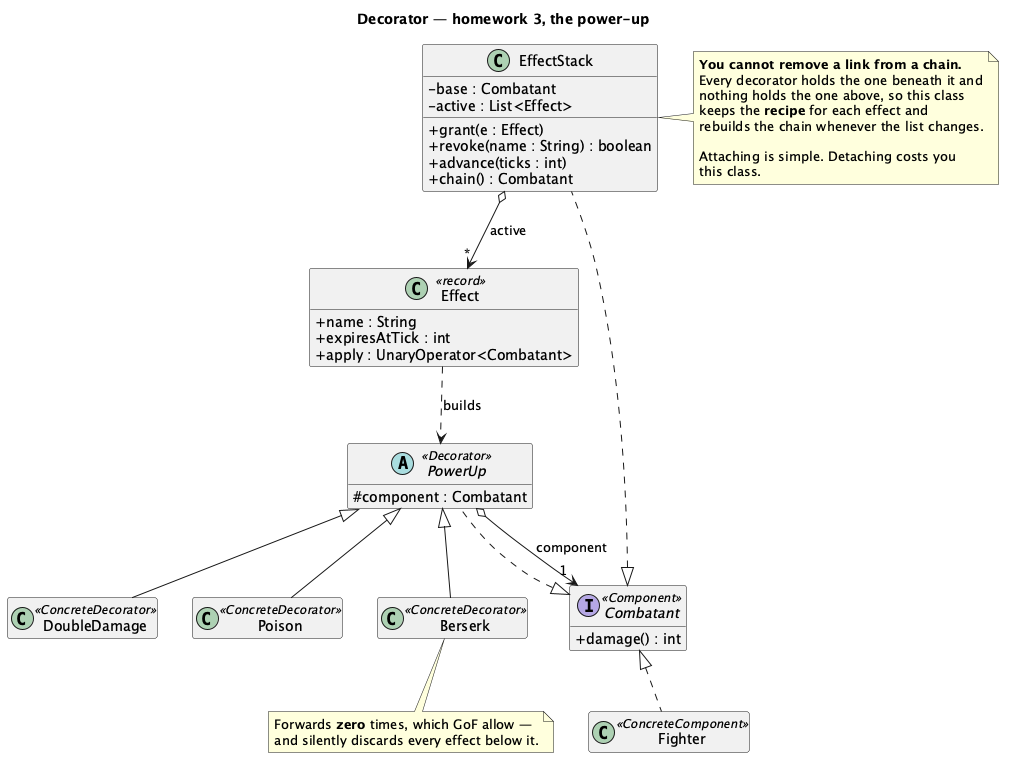
Earlier version of the PlantUML export src/main/java/dev/kaldiroglu/dp/structural/decorator/hw/powerups/uml/decorator-hw-powerups-class-diagram.png (kaldiroglu/DesignPatternsWithJava). Its source is kept beside it as src/main/java/dev/kaldiroglu/dp/structural/decorator/hw/powerups/uml/decorator-hw-powerups-class-diagram.puml. The source it was exported from:
```plantuml
@startuml "decorator-hw-powerups-class-diagram"
skinparam classAttributeIconSize 0
hide empty members
title Decorator — homework 3, the power-up


interface Combatant <<Component>> {
  + damage() : int
}

class Fighter <<ConcreteComponent>>

abstract class PowerUp <<Decorator>> {
  # component : Combatant
}

class DoubleDamage <<ConcreteDecorator>>
class Poison <<ConcreteDecorator>>
class Berserk <<ConcreteDecorator>>

class EffectStack {
  - base : Combatant
  - active : List<Effect>
  + grant(e : Effect)
  + revoke(name : String) : boolean
  + advance(ticks : int)
  + chain() : Combatant
}

class Effect <<record>> {
  + name : String
  + expiresAtTick : int
  + apply : UnaryOperator<Combatant>
}

Combatant <|.. Fighter
Combatant <|.. PowerUp
Combatant <|.. EffectStack
PowerUp o--> "1" Combatant : component
PowerUp <|-- DoubleDamage
PowerUp <|-- Poison
PowerUp <|-- Berserk
EffectStack o--> "*" Effect : active
Effect ..> PowerUp : builds

note right of EffectStack
  <b>You cannot remove a link from a chain.</b>
  Every decorator holds the one beneath it and
  nothing holds the one above, so this class
  keeps the <b>recipe</b> for each effect and
  rebuilds the chain whenever the list changes.

  Attaching is simple. Detaching costs you
  this class.
end note

note bottom of Berserk
  Forwards <b>zero</b> times, which GoF allow —
  and silently discards every effect below it.
end note

@enduml
```
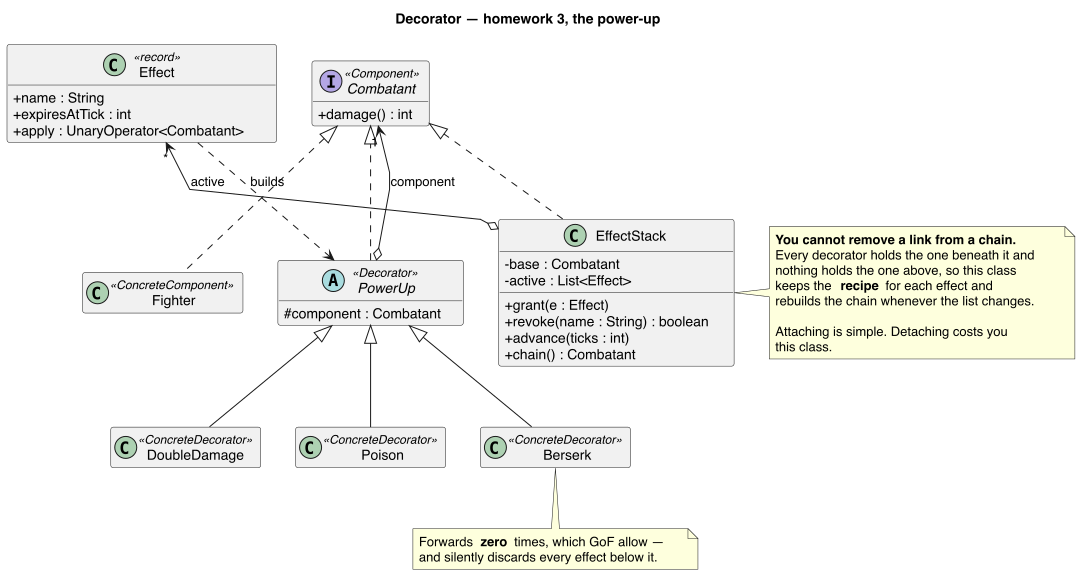
The same file after the commit.

What changed in the source:
```diff
@@ -1,4 +1,5 @@
 @startuml "decorator-hw-powerups-class-diagram"
+skinparam linetype polyline
 skinparam classAttributeIconSize 0
 hide empty members
 title Decorator — homework 3, the power-up
@@ -36,12 +37,9 @@
 Combatant <|.. Fighter
 Combatant <|.. PowerUp
 Combatant <|.. EffectStack
-PowerUp o--> "1" Combatant : component
 PowerUp <|-- DoubleDamage
 PowerUp <|-- Poison
 PowerUp <|-- Berserk
-EffectStack o--> "*" Effect : active
-Effect ..> PowerUp : builds
 
 note right of EffectStack
   <b>You cannot remove a link from a chain.</b>
@@ -59,4 +57,15 @@
   and silently discards every effect below it.
 end note
 
+Combatant -[hidden]- PowerUp
+Combatant -[hidden]- PowerUp
+Fighter -[hidden]right- PowerUp
+PowerUp -[hidden]right- EffectStack
+PowerUp -[hidden]- Poison
+PowerUp -[hidden]- Poison
+DoubleDamage -[hidden]right- Poison
+Poison -[hidden]right- Berserk
+PowerUp o-[norank]-> "1" Combatant : component
+EffectStack o-[norank]-> "*" Effect : active
+Effect .[norank].> PowerUp : builds
 @enduml
```
